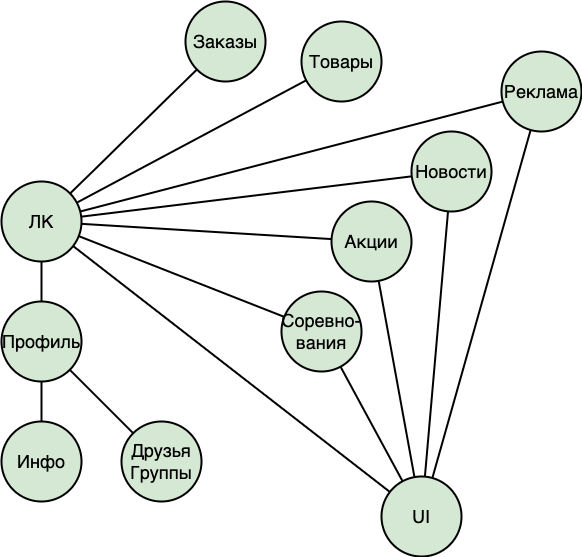
Earlier version of the draw.io export img/14b_information_view.png (VladislavK777/skillbox_finalwork). Source tidied: cells renumbered, new cells last; positions are measured from the earlier drawing's top-left corner, leaving out a move shared by most shapes.
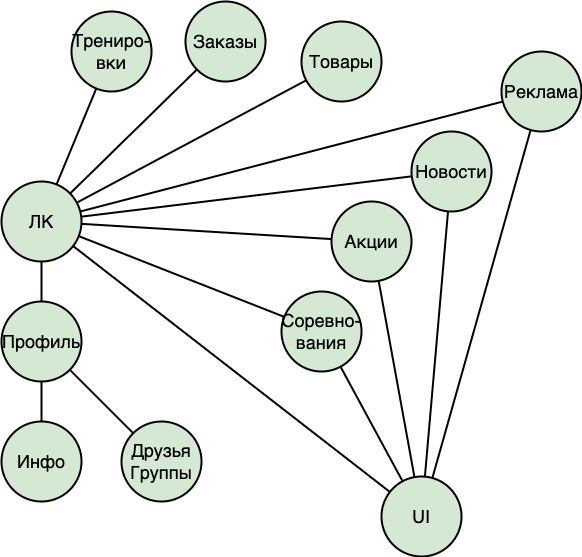
After the change.

The edit, as a diff of the source:
```diff
@@ -77,5 +77,11 @@
     <mxCell id="26" style="rounded=1;jettySize=auto;html=1;strokeWidth=2;fontSize=18;startArrow=none;startFill=0;endArrow=none;endFill=0;" parent="1" edge="1" source="2" target="11">
       <mxGeometry relative="1" as="geometry" />
     </mxCell>
+    <mxCell id="27" value="Трениро-&lt;br&gt;вки" style="ellipse;whiteSpace=wrap;html=1;strokeColor=#000000;strokeWidth=2;fontSize=18;fillColor=#d5e8d4;" parent="1" vertex="1">
+      <mxGeometry x="70" y="10" width="80" height="80" as="geometry" />
+    </mxCell>
+    <mxCell id="28" style="rounded=1;jettySize=auto;html=1;strokeWidth=2;fontSize=18;startArrow=none;startFill=0;endArrow=none;endFill=0;" parent="1" edge="1" source="4" target="27">
+      <mxGeometry relative="1" as="geometry" />
+    </mxCell>
   </root>
 </mxGraphModel>
```
